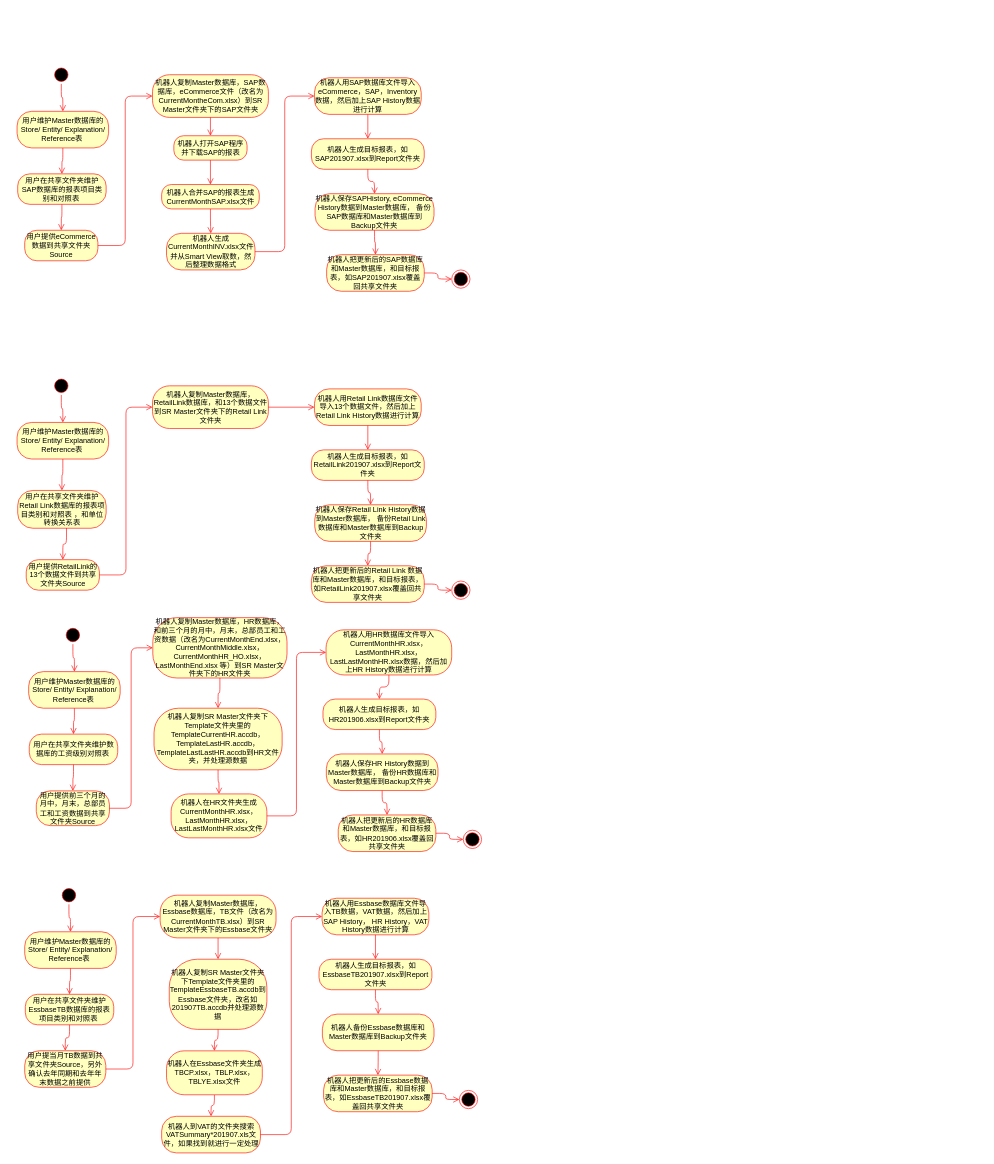
The draw.io diagram page "StatisticReport" (2 of 6) of Untitled Diagram.drawio in Youjwxyz/VBA_Library, before the edit. Source tidied: cells renumbered, new cells numbered last; positions are measured from the earlier drawing's top-left corner, leaving out a move shared by most shapes. Both pictures are drawn from the tidied source at 61%, with x=0, y=0 at pixel (17, 65).
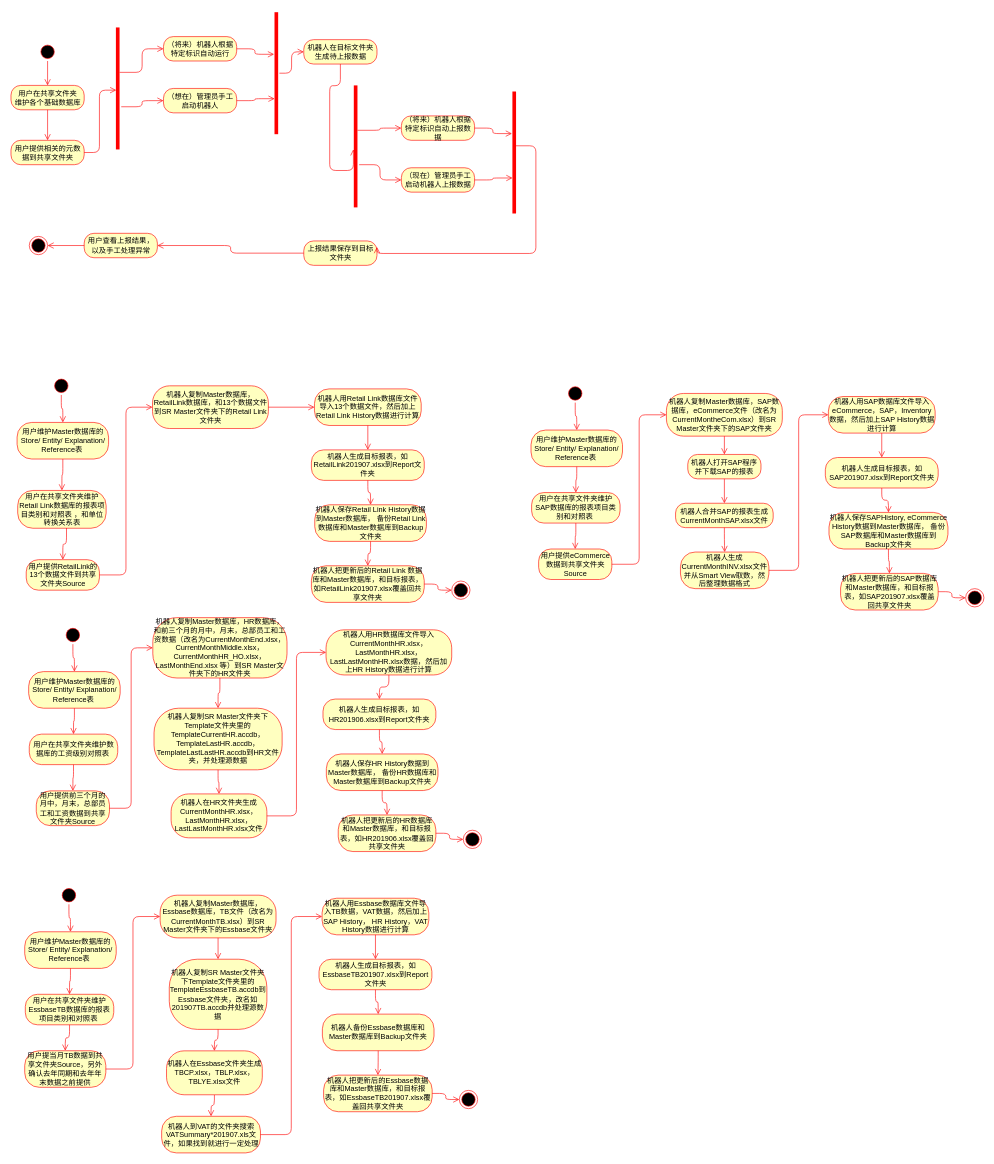
The same diagram, later.

What changed in the source:
```diff
@@
     <mxCell id="2" style="ellipse;html=1;shape=startState;fillColor=#000000;strokeColor=#ff0000;" parent="1" vertex="1">
-      <mxGeometry x="57" width="30" height="30" as="geometry" />
+      <mxGeometry x="899.5" y="522.5" width="30" height="30" as="geometry" />
     </mxCell>
@@
     <mxCell id="4" value="用户在共享文件夹维护SAP数据库的报表项目类别和对照表&amp;nbsp;" style="rounded=1;whiteSpace=wrap;html=1;arcSize=40;fontColor=#000000;fillColor=#ffffc0;strokeColor=#ff0000;" parent="1" vertex="1">
-      <mxGeometry x="0.5" y="177.5" width="145" height="50" as="geometry" />
+      <mxGeometry x="843" y="700" width="145" height="50" as="geometry" />
     </mxCell>
@@
     <mxCell id="6" value="用户维护Master数据库的Store/ Entity/ Explanation/ Reference表&amp;nbsp;" style="rounded=1;whiteSpace=wrap;html=1;arcSize=40;fontColor=#000000;fillColor=#ffffc0;strokeColor=#ff0000;" parent="1" vertex="1">
-      <mxGeometry x="-0.5" y="75" width="150" height="60" as="geometry" />
+      <mxGeometry x="842" y="597.5" width="150" height="60" as="geometry" />
     </mxCell>
@@
     <mxCell id="8" value="用户提供eCommerce数据到共享文件夹Source" style="rounded=1;whiteSpace=wrap;html=1;arcSize=40;fontColor=#000000;fillColor=#ffffc0;strokeColor=#ff0000;" parent="1" vertex="1">
-      <mxGeometry x="12" y="270" width="120" height="50" as="geometry" />
+      <mxGeometry x="854.5" y="792.5" width="120" height="50" as="geometry" />
     </mxCell>
@@
     <mxCell id="10" value="机器人复制Master数据库，SAP数据库，eCommerce文件（改名为CurrentMontheCom.xlsx）到SR Master文件夹下的SAP文件夹" style="rounded=1;whiteSpace=wrap;html=1;arcSize=40;fontColor=#000000;fillColor=#ffffc0;strokeColor=#ff0000;" parent="1" vertex="1">
-      <mxGeometry x="221.5" y="15" width="190" height="70" as="geometry" />
+      <mxGeometry x="1064" y="537.5" width="190" height="70" as="geometry" />
     </mxCell>
@@
     <mxCell id="12" value="机器人打开SAP程序并下载SAP的报表" style="rounded=1;whiteSpace=wrap;html=1;arcSize=40;fontColor=#000000;fillColor=#ffffc0;strokeColor=#ff0000;" parent="1" vertex="1">
-      <mxGeometry x="256.5" y="115" width="120" height="40" as="geometry" />
+      <mxGeometry x="1099" y="637.5" width="120" height="40" as="geometry" />
     </mxCell>
@@
     <mxCell id="14" value="机器人合并SAP的报表生成CurrentMonthSAP.xlsx文件" style="rounded=1;whiteSpace=wrap;html=1;arcSize=40;fontColor=#000000;fillColor=#ffffc0;strokeColor=#ff0000;" parent="1" vertex="1">
-      <mxGeometry x="236.5" y="195" width="160" height="40" as="geometry" />
+      <mxGeometry x="1079" y="717.5" width="160" height="40" as="geometry" />
     </mxCell>
@@
     <mxCell id="16" value="机器人生成CurrentMonthINV.xlsx文件并从Smart View取数，然后整理数据格式" style="rounded=1;whiteSpace=wrap;html=1;arcSize=40;fontColor=#000000;fillColor=#ffffc0;strokeColor=#ff0000;" parent="1" vertex="1">
-      <mxGeometry x="244.5" y="275" width="145" height="60" as="geometry" />
+      <mxGeometry x="1087" y="797.5" width="145" height="60" as="geometry" />
     </mxCell>
@@
     <mxCell id="18" value="机器人用SAP数据库文件导入eCommerce，SAP，Inventory数据，然后加上SAP History数据进行计算" style="rounded=1;whiteSpace=wrap;html=1;arcSize=40;fontColor=#000000;fillColor=#ffffc0;strokeColor=#ff0000;" parent="1" vertex="1">
-      <mxGeometry x="487" y="20" width="175" height="60" as="geometry" />
+      <mxGeometry x="1329.5" y="542.5" width="175" height="60" as="geometry" />
     </mxCell>
@@
     <mxCell id="20" value="机器人生成目标报表，如SAP201907.xlsx到Report文件夹" style="rounded=1;whiteSpace=wrap;html=1;arcSize=40;fontColor=#000000;fillColor=#ffffc0;strokeColor=#ff0000;" parent="1" vertex="1">
-      <mxGeometry x="482" y="120" width="185" height="50" as="geometry" />
+      <mxGeometry x="1324.5" y="642.5" width="185" height="50" as="geometry" />
     </mxCell>
@@
     <mxCell id="22" value="机器人保存SAPHistory, eCommerce History数据到Master数据库，&amp;nbsp;备份SAP数据库和Master数据库到Backup文件夹" style="rounded=1;whiteSpace=wrap;html=1;arcSize=40;fontColor=#000000;fillColor=#ffffc0;strokeColor=#ff0000;" parent="1" vertex="1">
-      <mxGeometry x="488" y="210" width="195" height="60" as="geometry" />
+      <mxGeometry x="1330.5" y="732.5" width="195" height="60" as="geometry" />
     </mxCell>
@@
     <mxCell id="24" value="机器人把更新后的SAP数据库和Master数据库，和目标报表，如SAP201907.xlsx覆盖回共享文件夹" style="rounded=1;whiteSpace=wrap;html=1;arcSize=40;fontColor=#000000;fillColor=#ffffc0;strokeColor=#ff0000;" parent="1" vertex="1">
-      <mxGeometry x="507" y="310" width="160" height="60" as="geometry" />
+      <mxGeometry x="1349.5" y="832.5" width="160" height="60" as="geometry" />
     </mxCell>
@@
     <mxCell id="26" style="ellipse;html=1;shape=endState;fillColor=#000000;strokeColor=#ff0000;" parent="1" vertex="1">
-      <mxGeometry x="712" y="335" width="30" height="30" as="geometry" />
+      <mxGeometry x="1554.5" y="857.5" width="30" height="30" as="geometry" />
     </mxCell>
@@
+    <mxCell id="94" style="ellipse;html=1;shape=startState;fillColor=#000000;strokeColor=#ff0000;" parent="1" vertex="1">
+      <mxGeometry x="34.5" y="-37.5" width="30" height="30" as="geometry" />
+    </mxCell>
+    <mxCell id="95" style="edgeStyle=orthogonalEdgeStyle;html=1;verticalAlign=bottom;endArrow=open;endSize=8;strokeColor=#ff0000;" parent="1" edge="1" source="94" target="96">
+      <mxGeometry relative="1" as="geometry" />
+    </mxCell>
+    <mxCell id="96" value="用户在共享文件夹&lt;br&gt;维护各个基础数据库" style="rounded=1;whiteSpace=wrap;html=1;arcSize=40;fontColor=#000000;fillColor=#ffffc0;strokeColor=#ff0000;" parent="1" vertex="1">
+      <mxGeometry x="-10.5" y="32.5" width="120" height="40" as="geometry" />
+    </mxCell>
+    <mxCell id="97" style="edgeStyle=orthogonalEdgeStyle;html=1;verticalAlign=bottom;endArrow=open;endSize=8;strokeColor=#ff0000;" parent="1" edge="1" source="96" target="98">
+      <mxGeometry relative="1" as="geometry" />
+    </mxCell>
+    <mxCell id="98" value="用户提供相关的元数据到共享文件夹" style="rounded=1;whiteSpace=wrap;html=1;arcSize=40;fontColor=#000000;fillColor=#ffffc0;strokeColor=#ff0000;" parent="1" vertex="1">
+      <mxGeometry x="-10.5" y="122.5" width="120" height="40" as="geometry" />
+    </mxCell>
+    <mxCell id="99" style="edgeStyle=orthogonalEdgeStyle;html=1;verticalAlign=bottom;endArrow=open;endSize=8;strokeColor=#ff0000;entryX=0.486;entryY=0.255;entryDx=0;entryDy=0;entryPerimeter=0;" parent="1" edge="1" source="98" target="104">
+      <mxGeometry relative="1" as="geometry" />
+    </mxCell>
+    <mxCell id="100" value="（想在）管理员手工启动机器人" style="rounded=1;whiteSpace=wrap;html=1;arcSize=40;fontColor=#000000;fillColor=#ffffc0;strokeColor=#ff0000;" parent="1" vertex="1">
+      <mxGeometry x="239.5" y="37.5" width="120" height="40" as="geometry" />
+    </mxCell>
+    <mxCell id="101" style="edgeStyle=orthogonalEdgeStyle;html=1;verticalAlign=bottom;endArrow=open;endSize=8;strokeColor=#ff0000;entryX=0.291;entryY=0.21;entryDx=0;entryDy=0;entryPerimeter=0;" parent="1" edge="1" source="100" target="107">
+      <mxGeometry relative="1" as="geometry" />
+    </mxCell>
+    <mxCell id="102" value="（将来）机器人根据特定标识自动运行" style="rounded=1;whiteSpace=wrap;html=1;arcSize=40;fontColor=#000000;fillColor=#ffffc0;strokeColor=#ff0000;" parent="1" vertex="1">
+      <mxGeometry x="239.5" y="-47.5" width="120" height="40" as="geometry" />
+    </mxCell>
+    <mxCell id="103" style="edgeStyle=orthogonalEdgeStyle;html=1;verticalAlign=bottom;endArrow=open;endSize=8;strokeColor=#ff0000;entryX=0.655;entryY=0.119;entryDx=0;entryDy=0;entryPerimeter=0;" parent="1" edge="1" source="102" target="107">
+      <mxGeometry relative="1" as="geometry" />
+    </mxCell>
+    <mxCell id="104" style="shape=line;html=1;strokeWidth=6;strokeColor=#ff0000;rotation=-90;" parent="1" vertex="1">
+      <mxGeometry x="64.5" y="32.5" width="200" height="10" as="geometry" />
+    </mxCell>
+    <mxCell id="105" style="edgeStyle=orthogonalEdgeStyle;html=1;verticalAlign=bottom;endArrow=open;endSize=8;strokeColor=#ff0000;entryX=0;entryY=0.5;entryDx=0;entryDy=0;exitX=0.35;exitY=1.073;exitDx=0;exitDy=0;exitPerimeter=0;" parent="1" edge="1" source="104" target="100">
+      <mxGeometry relative="1" as="geometry" />
+    </mxCell>
+    <mxCell id="106" style="edgeStyle=orthogonalEdgeStyle;html=1;verticalAlign=bottom;endArrow=open;endSize=8;strokeColor=#ff0000;exitX=0.632;exitY=0.801;exitDx=0;exitDy=0;exitPerimeter=0;" parent="1" edge="1" source="104" target="102">
+      <mxGeometry relative="1" as="geometry" />
+    </mxCell>
+    <mxCell id="107" style="shape=line;html=1;strokeWidth=6;strokeColor=#ff0000;rotation=-90;" parent="1" vertex="1">
+      <mxGeometry x="324.5" y="7.5" width="200" height="10" as="geometry" />
+    </mxCell>
+    <mxCell id="108" style="edgeStyle=orthogonalEdgeStyle;html=1;verticalAlign=bottom;endArrow=open;endSize=8;strokeColor=#ff0000;" parent="1" edge="1" source="107" target="109">
+      <mxGeometry relative="1" as="geometry" />
+    </mxCell>
+    <mxCell id="109" value="机器人在目标文件夹生成待上报数据" style="rounded=1;whiteSpace=wrap;html=1;arcSize=40;fontColor=#000000;fillColor=#ffffc0;strokeColor=#ff0000;" parent="1" vertex="1">
+      <mxGeometry x="469.5" y="-42.5" width="120" height="40" as="geometry" />
+    </mxCell>
+    <mxCell id="110" style="edgeStyle=orthogonalEdgeStyle;html=1;verticalAlign=bottom;endArrow=open;endSize=8;strokeColor=#ff0000;entryX=0.476;entryY=0.137;entryDx=0;entryDy=0;entryPerimeter=0;exitX=0.5;exitY=1;exitDx=0;exitDy=0;" parent="1" edge="1" source="109" target="117">
+      <mxGeometry relative="1" as="geometry">
+        <Array as="points">
+          <mxPoint x="530" y="33" />
+          <mxPoint x="512" y="33" />
+          <mxPoint x="512" y="172" />
+        </Array>
+      </mxGeometry>
+    </mxCell>
+    <mxCell id="111" value="上报结果保存到目标文件夹" style="rounded=1;whiteSpace=wrap;html=1;arcSize=40;fontColor=#000000;fillColor=#ffffc0;strokeColor=#ff0000;" parent="1" vertex="1">
+      <mxGeometry x="469.5" y="287.5" width="120" height="40" as="geometry" />
+    </mxCell>
+    <mxCell id="112" style="edgeStyle=orthogonalEdgeStyle;html=1;verticalAlign=bottom;endArrow=open;endSize=8;strokeColor=#ff0000;" parent="1" edge="1" source="111" target="122">
+      <mxGeometry relative="1" as="geometry" />
+    </mxCell>
+    <mxCell id="113" value="（现在）管理员手工启动机器人上报数据" style="rounded=1;whiteSpace=wrap;html=1;arcSize=40;fontColor=#000000;fillColor=#ffffc0;strokeColor=#ff0000;" parent="1" vertex="1">
+      <mxGeometry x="629.5" y="167.5" width="120" height="40" as="geometry" />
+    </mxCell>
+    <mxCell id="114" style="edgeStyle=orthogonalEdgeStyle;html=1;verticalAlign=bottom;endArrow=open;endSize=8;strokeColor=#ff0000;entryX=0.291;entryY=0.21;entryDx=0;entryDy=0;entryPerimeter=0;" parent="1" edge="1" source="113" target="120">
+      <mxGeometry relative="1" as="geometry" />
+    </mxCell>
+    <mxCell id="115" value="（将来）机器人根据特定标识自动上报数据" style="rounded=1;whiteSpace=wrap;html=1;arcSize=40;fontColor=#000000;fillColor=#ffffc0;strokeColor=#ff0000;" parent="1" vertex="1">
+      <mxGeometry x="629.5" y="82.5" width="120" height="40" as="geometry" />
+    </mxCell>
+    <mxCell id="116" style="edgeStyle=orthogonalEdgeStyle;html=1;verticalAlign=bottom;endArrow=open;endSize=8;strokeColor=#ff0000;entryX=0.655;entryY=0.119;entryDx=0;entryDy=0;entryPerimeter=0;" parent="1" edge="1" source="115" target="120">
+      <mxGeometry relative="1" as="geometry" />
+    </mxCell>
+    <mxCell id="117" style="shape=line;html=1;strokeWidth=6;strokeColor=#ff0000;rotation=-90;" parent="1" vertex="1">
+      <mxGeometry x="454.5" y="127.5" width="200" height="10" as="geometry" />
+    </mxCell>
+    <mxCell id="118" style="edgeStyle=orthogonalEdgeStyle;html=1;verticalAlign=bottom;endArrow=open;endSize=8;strokeColor=#ff0000;entryX=0;entryY=0.5;entryDx=0;entryDy=0;exitX=0.35;exitY=1.073;exitDx=0;exitDy=0;exitPerimeter=0;" parent="1" edge="1" source="117" target="113">
+      <mxGeometry relative="1" as="geometry" />
+    </mxCell>
+    <mxCell id="119" style="edgeStyle=orthogonalEdgeStyle;html=1;verticalAlign=bottom;endArrow=open;endSize=8;strokeColor=#ff0000;exitX=0.632;exitY=0.801;exitDx=0;exitDy=0;exitPerimeter=0;" parent="1" edge="1" source="117" target="115">
+      <mxGeometry relative="1" as="geometry" />
+    </mxCell>
+    <mxCell id="120" style="shape=line;html=1;strokeWidth=6;strokeColor=#ff0000;rotation=-90;" parent="1" vertex="1">
+      <mxGeometry x="714.5" y="137.5" width="200" height="10" as="geometry" />
+    </mxCell>
+    <mxCell id="121" style="edgeStyle=orthogonalEdgeStyle;html=1;verticalAlign=bottom;endArrow=open;endSize=8;strokeColor=#ff0000;entryX=1;entryY=0.25;entryDx=0;entryDy=0;exitX=0.555;exitY=0.728;exitDx=0;exitDy=0;exitPerimeter=0;" parent="1" edge="1" source="120" target="111">
+      <mxGeometry relative="1" as="geometry">
+        <Array as="points">
+          <mxPoint x="850" y="132" />
+          <mxPoint x="850" y="308" />
+          <mxPoint x="590" y="308" />
+        </Array>
+      </mxGeometry>
+    </mxCell>
+    <mxCell id="122" value="用户查看上报结果，以及手工处理异常" style="rounded=1;whiteSpace=wrap;html=1;arcSize=40;fontColor=#000000;fillColor=#ffffc0;strokeColor=#ff0000;" parent="1" vertex="1">
+      <mxGeometry x="109.5" y="275" width="120" height="40" as="geometry" />
+    </mxCell>
+    <mxCell id="123" style="edgeStyle=orthogonalEdgeStyle;html=1;verticalAlign=bottom;endArrow=open;endSize=8;strokeColor=#ff0000;" parent="1" edge="1" source="122" target="124">
+      <mxGeometry relative="1" as="geometry" />
+    </mxCell>
+    <mxCell id="124" style="ellipse;html=1;shape=endState;fillColor=#000000;strokeColor=#ff0000;" parent="1" vertex="1">
+      <mxGeometry x="19.5" y="280" width="30" height="30" as="geometry" />
+    </mxCell>
```
